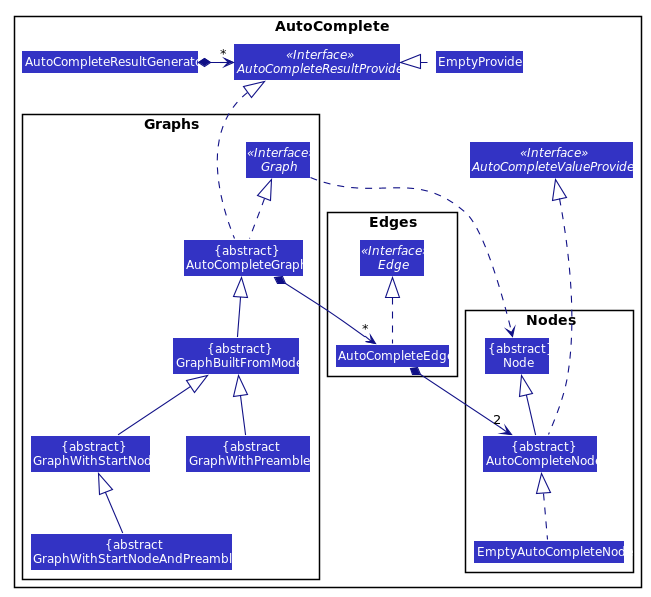
The PlantUML diagram docs/images/AutoCompleteClassDiagram.png in nus-cs2103-AY1920S1/addressbook-level3, before a commit.
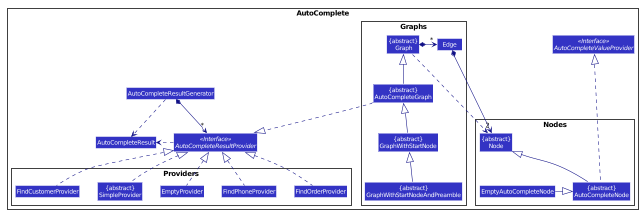
The same diagram one commit later.

What changed in the source:
```diff
@@ -54,17 +54,11 @@
 package AutoComplete {
 
 package Graphs {
-Interface Graph <<Interface>>
+Class "{abstract}\n Graph" as Graph
 Class "{abstract}\nAutoCompleteGraph" as AutoCompleteGraph
-Class "{abstract}\nGraphBuiltFromModel" as GraphBuiltFromModel
 Class "{abstract}\nGraphWithStartNode" as GraphWithStartNode
-Class "{abstract\nGraphWithPreamble}" as GraphWithPreamble
-Class "{abstract\nGraphWithStartNodeAndPreamble}" as GraphWithStartNodeAndPreamble
-}
-
-package Edges {
-Interface Edge <<Interface>>
-Class AutoCompleteEdge
+Class "{abstract}\nGraphWithStartNodeAndPreamble" as GraphWithStartNodeAndPreamble
+Class Edge
 }
 
 package Nodes {
@@ -73,33 +67,45 @@
 Class EmptyAutoCompleteNode
 }
 
+package Providers {
+Class "{abstract}\nSimpleProvider" as SimpleProvider
+Class FindCustomerProvider
+Class FindOrderProvider
+Class FindPhoneProvider
+Class EmptyProvider
+}
+
+Class AutoCompleteResult
 Class AutoCompleteResultGenerator
 Interface AutoCompleteResultProvider <<Interface>>
 Interface AutoCompleteValueProvider <<Interface>>
-Class EmptyProvider
+
 }
 
-AutoCompleteResultGenerator *-right-> "*" AutoCompleteResultProvider
-
-AutoCompleteGraph .up.|> Graph
-AutoCompleteGraph .up..|> AutoCompleteResultProvider
-
-GraphBuiltFromModel -up-|> AutoCompleteGraph
-GraphWithStartNode -up-|> GraphBuiltFromModel
-GraphWithPreamble -up-|> GraphBuiltFromModel
+AutoCompleteGraph -up-|> Graph
+GraphWithStartNode -up-|> AutoCompleteGraph
 GraphWithStartNodeAndPreamble -up-|> GraphWithStartNode
 
-EmptyProvider .left.|> AutoCompleteResultProvider
-
-AutoCompleteEdge .up.|> Edge
-AutoCompleteGraph *--> "*" AutoCompleteEdge
+Graph *-left> "*" Edge
 
 AutoCompleteNode -up-|> Node
-AutoCompleteEdge *--> "2" AutoCompleteNode
+EmptyAutoCompleteNode -|> AutoCompleteNode
+
+SimpleProvider .up.|> AutoCompleteResultProvider
+FindPhoneProvider .up.|> AutoCompleteResultProvider
+FindCustomerProvider .up.|> AutoCompleteResultProvider
+FindOrderProvider .up.|> AutoCompleteResultProvider
+EmptyProvider .up.|> AutoCompleteResultProvider
+
+AutoCompleteResultProvider .> AutoCompleteResult
+
+AutoCompleteResultGenerator *--> "*" AutoCompleteResultProvider
+
 AutoCompleteNode .up...|> AutoCompleteValueProvider
+AutoCompleteGraph ..|> AutoCompleteResultProvider
+AutoCompleteResultGenerator ..> AutoCompleteResult
 
-Graph ...> Node
-
-EmptyAutoCompleteNode .up.|> AutoCompleteNode
+Edge *---> "2" Node
+Graph ..> Node
 
 @enduml
```
